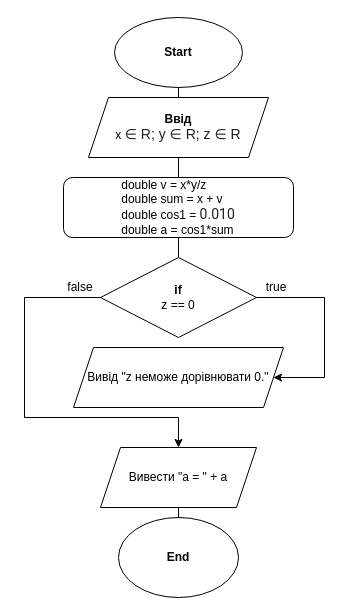
Before: page "Lab01.1" (1 of 2) of Lab01/Lab01.1.drawio in w0nna/ads-bugreyev-kp13, a draw.io diagram. Source tidied: cells renumbered, new cells numbered last; positions are measured from the earlier drawing's top-left corner, leaving out a move shared by most shapes. Both pictures are drawn from the tidied source at 100%, with x=0, y=0 at pixel (24, 17).
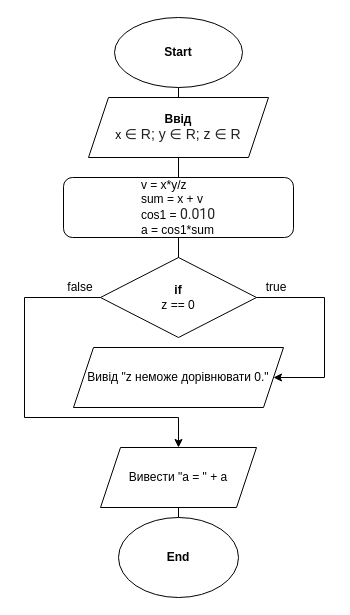
After the change.

Diff of the diagram source:
```diff
@@
-    <mxCell id="4" value="&lt;div style=&quot;text-align: justify&quot;&gt;&lt;span&gt;double&amp;nbsp;v = x*y/z&lt;/span&gt;&lt;/div&gt;&lt;div style=&quot;text-align: justify&quot;&gt;&lt;span&gt;double&amp;nbsp;sum = x + v&lt;/span&gt;&lt;/div&gt;&lt;div style=&quot;text-align: justify&quot;&gt;&lt;span&gt;double&amp;nbsp;cos1 =&amp;nbsp;&lt;/span&gt;&lt;span style=&quot;color: rgb(33 , 33 , 33) ; font-family: &amp;#34;roboto&amp;#34; , &amp;#34;open sans&amp;#34; , &amp;#34;helvetica&amp;#34; , &amp;#34;arial&amp;#34; , sans-serif ; font-size: 14px ; background-color: rgb(255 , 255 , 255)&quot;&gt;0.010&lt;/span&gt;&lt;/div&gt;&lt;div style=&quot;text-align: justify&quot;&gt;&lt;span&gt;double a = cos1*sum&lt;/span&gt;&lt;/div&gt;" style="rounded=1;whiteSpace=wrap;html=1;align=center;" parent="1" vertex="1">
+    <mxCell id="4" value="&lt;div style=&quot;text-align: justify&quot;&gt;&lt;span&gt;v = x*y/z&lt;/span&gt;&lt;/div&gt;&lt;div style=&quot;text-align: justify&quot;&gt;&lt;span&gt;sum = x + v&lt;/span&gt;&lt;/div&gt;&lt;div style=&quot;text-align: justify&quot;&gt;&lt;span&gt;cos1 =&amp;nbsp;&lt;/span&gt;&lt;span style=&quot;color: rgb(33 , 33 , 33) ; font-family: &amp;#34;roboto&amp;#34; , &amp;#34;open sans&amp;#34; , &amp;#34;helvetica&amp;#34; , &amp;#34;arial&amp;#34; , sans-serif ; font-size: 14px ; background-color: rgb(255 , 255 , 255)&quot;&gt;0.010&lt;/span&gt;&lt;/div&gt;&lt;div style=&quot;text-align: justify&quot;&gt;&lt;span&gt;a = cos1*sum&lt;/span&gt;&lt;/div&gt;" style="rounded=1;whiteSpace=wrap;html=1;align=center;" parent="1" vertex="1">
       <mxGeometry x="39" y="160" width="230" height="60" as="geometry" />
     </mxCell>
```
